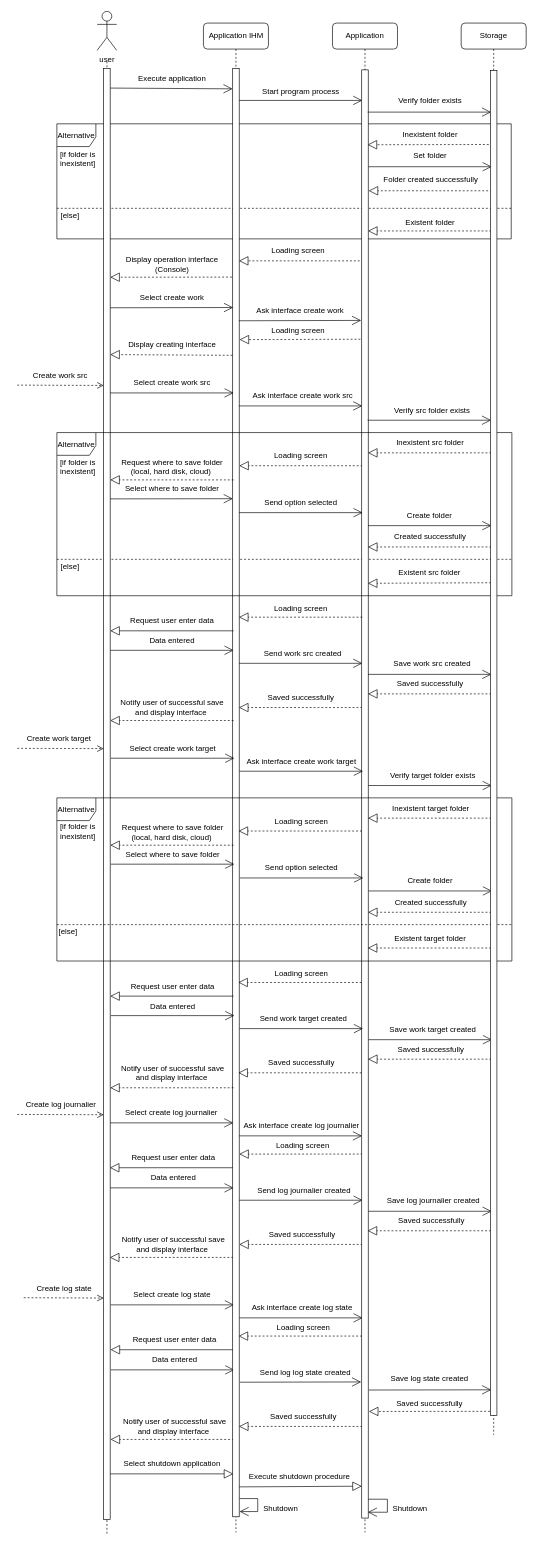
Weicheng178/UML keeps this draw.io diagram as page "Page-1" (1 of 2) of create diagram.drawio. Above is the earlier version. Source tidied: cells renumbered, new cells numbered last; positions are measured from the earlier drawing's top-left corner, leaving out a move shared by most shapes. Both pictures are drawn from the tidied source at 65%, with x=0, y=0 at pixel (17, 11).
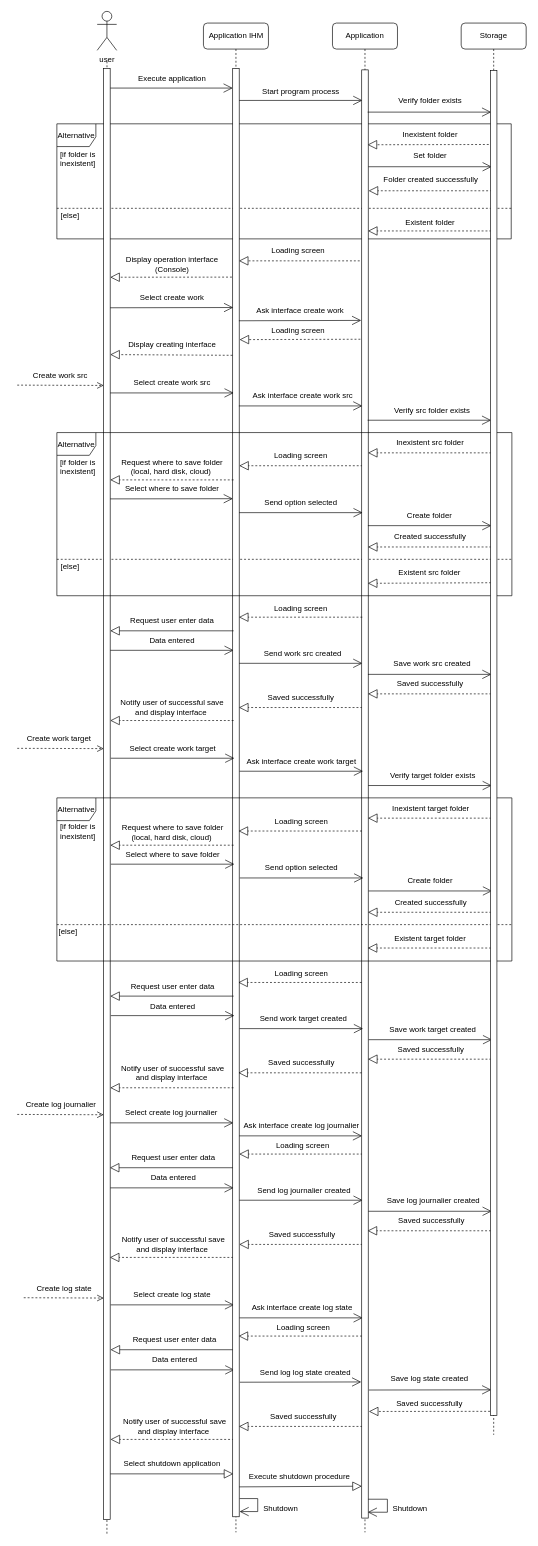
After the change.

Unchanged cells that the change refers to:
```xml
<mxCell id="84" style="html=1;points=[];perimeter=orthogonalPerimeter;rounded=0;glass=0;labelBackgroundColor=none;fillStyle=auto;" parent="1" vertex="1">
  <mxGeometry x="331.5" y="88" width="10" height="2228" as="geometry" />
</mxCell>
```

Diff of the diagram source:
```diff
@@
-    <mxCell id="14" style="endArrow=open;endFill=1;endSize=12;html=1;rounded=1;entryX=-0.015;entryY=0.014;entryDx=0;entryDy=0;entryPerimeter=0;" parent="1" edge="1" target="84">
+    <mxCell id="14" style="endArrow=open;endFill=1;endSize=12;html=1;rounded=1;" parent="1" edge="1" target="84">
       <mxGeometry relative="1" as="geometry">
         <mxPoint x="143" y="118" as="sourcePoint" />
       </mxGeometry>
     </mxCell>
```
